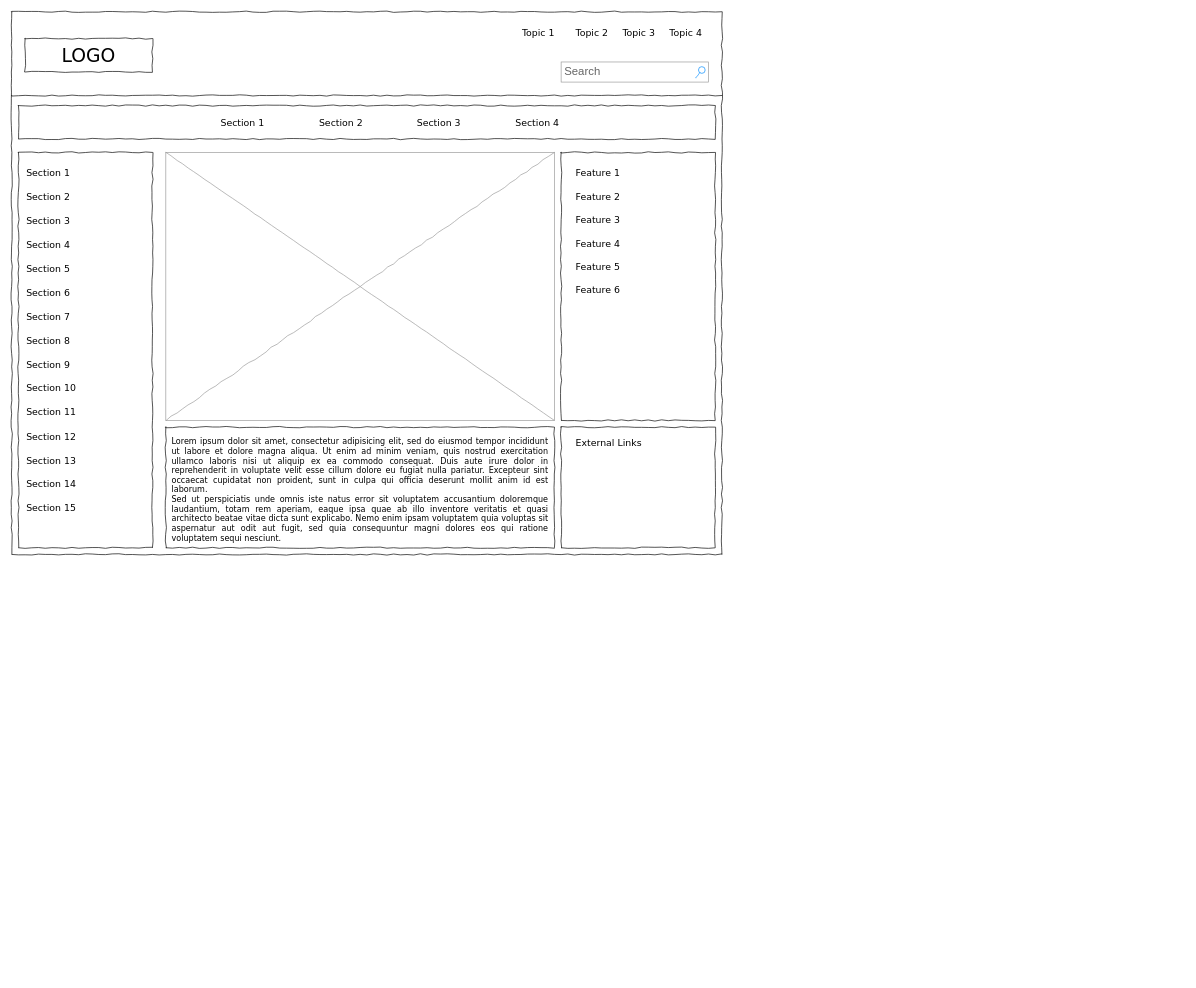
Above: page "Edit" (1 of 2) of TrainHours.drawio in Gichinsan/ttreasurysvkg (draw.io), before the change. Source tidied: cells renumbered, new cells numbered last; positions are measured from the earlier drawing's top-left corner, leaving out a move shared by most shapes. Both pictures are drawn from the tidied source at 67%, with x=0, y=0 at pixel (11, 11).
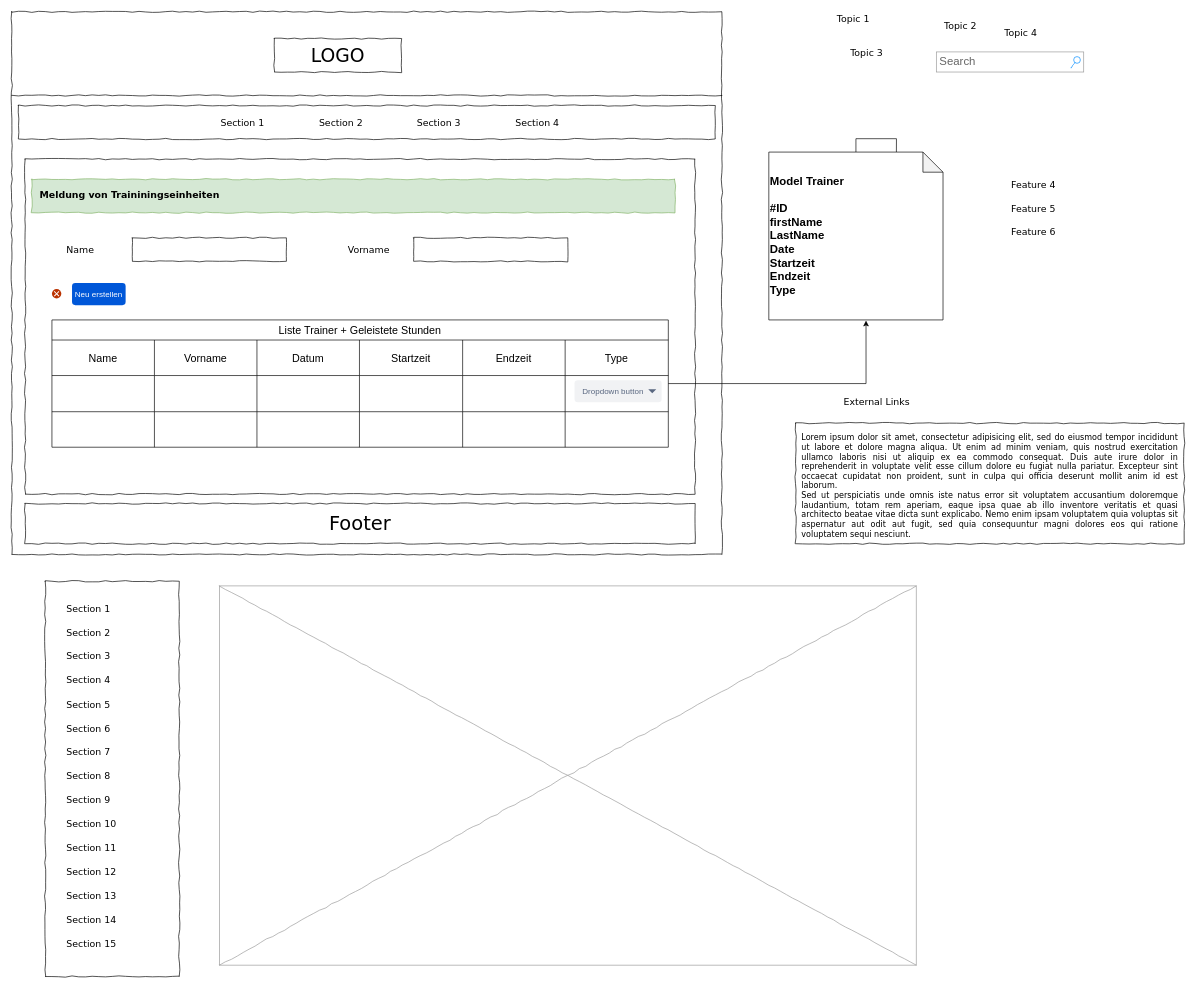
Above is the later version.

What changed in the source:
```diff
@@
     <mxCell id="3" value="LOGO" style="whiteSpace=wrap;html=1;rounded=0;shadow=0;labelBackgroundColor=none;strokeWidth=1;fontFamily=Verdana;fontSize=28;align=center;comic=1;" parent="1" vertex="1">
-      <mxGeometry x="20" y="40" width="190" height="50" as="geometry" />
+      <mxGeometry x="392" y="40" width="190" height="50" as="geometry" />
     </mxCell>
     <mxCell id="4" value="Search" style="strokeWidth=1;shadow=0;dashed=0;align=center;html=1;shape=mxgraph.mockup.forms.searchBox;strokeColor=#999999;mainText=;strokeColor2=#008cff;fontColor=#666666;fontSize=17;align=left;spacingLeft=3;rounded=0;labelBackgroundColor=none;comic=1;" parent="1" vertex="1">
-      <mxGeometry x="820" y="75" width="220" height="30" as="geometry" />
+      <mxGeometry x="1380" y="60" width="220" height="30" as="geometry" />
     </mxCell>
     <mxCell id="5" value="Topic 1" style="text;html=1;align=left;verticalAlign=top;spacingTop=-4;fontSize=14;fontFamily=Verdana;" parent="1" vertex="1">
-      <mxGeometry x="760" y="20" width="60" height="20" as="geometry" />
+      <mxGeometry x="1230" width="60" height="20" as="geometry" />
     </mxCell>
     <mxCell id="6" value="Topic 2" style="text;html=1;align=left;verticalAlign=top;spacingTop=-4;fontSize=14;fontFamily=Verdana;" parent="1" vertex="1">
-      <mxGeometry x="840" y="20" width="60" height="20" as="geometry" />
+      <mxGeometry x="1390" y="10" width="60" height="20" as="geometry" />
     </mxCell>
     <mxCell id="7" value="Topic 3" style="text;html=1;align=left;verticalAlign=top;spacingTop=-4;fontSize=14;fontFamily=Verdana;" parent="1" vertex="1">
-      <mxGeometry x="910" y="20" width="60" height="20" as="geometry" />
+      <mxGeometry x="1250" y="50" width="60" height="20" as="geometry" />
     </mxCell>
     <mxCell id="8" value="Topic 4" style="text;html=1;align=left;verticalAlign=top;spacingTop=-4;fontSize=14;fontFamily=Verdana;" parent="1" vertex="1">
-      <mxGeometry x="980" y="20" width="60" height="20" as="geometry" />
+      <mxGeometry x="1480" y="20" width="60" height="20" as="geometry" />
     </mxCell>
     <mxCell id="9" style="whiteSpace=wrap;html=1;rounded=0;shadow=0;labelBackgroundColor=none;strokeWidth=1;fillColor=none;fontFamily=Verdana;fontSize=12;align=center;comic=1;" parent="1" vertex="1">
-      <mxGeometry x="10" y="210" width="200" height="590" as="geometry" />
+      <mxGeometry x="50" y="850" width="200" height="590" as="geometry" />
     </mxCell>
@@
     <mxCell id="16" value="&lt;div style=&quot;text-align: justify&quot;&gt;&lt;span&gt;Lorem ipsum dolor sit amet, consectetur adipisicing elit, sed do eiusmod tempor incididunt ut labore et dolore magna aliqua. Ut enim ad minim veniam, quis nostrud exercitation ullamco laboris nisi ut aliquip ex ea commodo consequat. Duis aute irure dolor in reprehenderit in voluptate velit esse cillum dolore eu fugiat nulla pariatur. Excepteur sint occaecat cupidatat non proident, sunt in culpa qui officia deserunt mollit anim id est laborum.&lt;/span&gt;&lt;/div&gt;&lt;div style=&quot;text-align: justify&quot;&gt;&lt;span&gt;Sed ut perspiciatis unde omnis iste natus error sit voluptatem accusantium doloremque laudantium, totam rem aperiam, eaque ipsa quae ab illo inventore veritatis et quasi architecto beatae vitae dicta sunt explicabo. Nemo enim ipsam voluptatem quia voluptas sit aspernatur aut odit aut fugit, sed quia consequuntur magni dolores eos qui ratione voluptatem sequi nesciunt.&amp;nbsp;&lt;/span&gt;&lt;/div&gt;" style="whiteSpace=wrap;html=1;rounded=0;shadow=0;labelBackgroundColor=none;strokeWidth=1;fillColor=none;fontFamily=Verdana;fontSize=12;align=center;verticalAlign=top;spacing=10;comic=1;" parent="1" vertex="1">
-      <mxGeometry x="230" y="620" width="580" height="180" as="geometry" />
+      <mxGeometry x="1170" y="614" width="580" height="180" as="geometry" />
     </mxCell>
     <mxCell id="17" style="verticalLabelPosition=bottom;shadow=0;dashed=0;align=center;html=1;verticalAlign=top;strokeWidth=1;shape=mxgraph.mockup.graphics.simpleIcon;strokeColor=#999999;rounded=0;labelBackgroundColor=none;fontFamily=Verdana;fontSize=14;fontColor=#000000;comic=1;" parent="1" vertex="1">
-      <mxGeometry x="230" y="210" width="580" height="400" as="geometry" />
+      <mxGeometry x="310" y="857" width="1040" height="566" as="geometry" />
     </mxCell>
+    <mxCell id="19" style="whiteSpace=wrap;html=1;rounded=0;shadow=0;labelBackgroundColor=none;strokeWidth=1;fillColor=none;fontFamily=Verdana;fontSize=12;align=center;comic=1;" parent="1" vertex="1">
+      <mxGeometry x="20" y="220" width="1000" height="500" as="geometry" />
+    </mxCell>
     <mxCell id="18" style="whiteSpace=wrap;html=1;rounded=0;shadow=0;labelBackgroundColor=none;strokeWidth=1;fillColor=none;fontFamily=Verdana;fontSize=12;align=center;comic=1;" parent="1" vertex="1">
-      <mxGeometry x="820" y="210" width="230" height="400" as="geometry" />
+      <mxGeometry x="180" y="337.5" width="230" height="35" as="geometry" />
     </mxCell>
-    <mxCell id="19" style="whiteSpace=wrap;html=1;rounded=0;shadow=0;labelBackgroundColor=none;strokeWidth=1;fillColor=none;fontFamily=Verdana;fontSize=12;align=center;comic=1;" parent="1" vertex="1">
-      <mxGeometry x="820" y="620" width="230" height="180" as="geometry" />
-    </mxCell>
     <mxCell id="20" value="Section 1" style="text;html=1;align=left;verticalAlign=top;spacingTop=-4;fontSize=14;fontFamily=Verdana;" parent="1" vertex="1">
-      <mxGeometry x="20" y="230" width="170" height="20" as="geometry" />
+      <mxGeometry x="80" y="880" width="170" height="20" as="geometry" />
     </mxCell>
     <mxCell id="21" value="Section 2" style="text;html=1;align=left;verticalAlign=top;spacingTop=-4;fontSize=14;fontFamily=Verdana;" parent="1" vertex="1">
-      <mxGeometry x="20" y="266" width="170" height="20" as="geometry" />
+      <mxGeometry x="80" y="916" width="170" height="20" as="geometry" />
     </mxCell>
     <mxCell id="22" value="Section 3" style="text;html=1;align=left;verticalAlign=top;spacingTop=-4;fontSize=14;fontFamily=Verdana;" parent="1" vertex="1">
-      <mxGeometry x="20" y="301" width="170" height="20" as="geometry" />
+      <mxGeometry x="80" y="951" width="170" height="20" as="geometry" />
     </mxCell>
     <mxCell id="23" value="Section 4" style="text;html=1;align=left;verticalAlign=top;spacingTop=-4;fontSize=14;fontFamily=Verdana;" parent="1" vertex="1">
-      <mxGeometry x="20" y="337" width="170" height="20" as="geometry" />
+      <mxGeometry x="80" y="987" width="170" height="20" as="geometry" />
     </mxCell>
     <mxCell id="24" value="Section 7" style="text;html=1;align=left;verticalAlign=top;spacingTop=-4;fontSize=14;fontFamily=Verdana;" parent="1" vertex="1">
-      <mxGeometry x="20" y="444" width="170" height="20" as="geometry" />
+      <mxGeometry x="80" y="1094" width="170" height="20" as="geometry" />
     </mxCell>
     <mxCell id="25" value="Section 8" style="text;html=1;align=left;verticalAlign=top;spacingTop=-4;fontSize=14;fontFamily=Verdana;" parent="1" vertex="1">
-      <mxGeometry x="20" y="480" width="170" height="20" as="geometry" />
+      <mxGeometry x="80" y="1130" width="170" height="20" as="geometry" />
     </mxCell>
     <mxCell id="26" value="Section 9" style="text;html=1;align=left;verticalAlign=top;spacingTop=-4;fontSize=14;fontFamily=Verdana;" parent="1" vertex="1">
-      <mxGeometry x="20" y="516" width="170" height="20" as="geometry" />
+      <mxGeometry x="80" y="1166" width="170" height="20" as="geometry" />
     </mxCell>
     <mxCell id="27" value="Section 10" style="text;html=1;align=left;verticalAlign=top;spacingTop=-4;fontSize=14;fontFamily=Verdana;" parent="1" vertex="1">
-      <mxGeometry x="20" y="551" width="170" height="20" as="geometry" />
+      <mxGeometry x="80" y="1201" width="170" height="20" as="geometry" />
     </mxCell>
     <mxCell id="28" value="Section 11" style="text;html=1;align=left;verticalAlign=top;spacingTop=-4;fontSize=14;fontFamily=Verdana;" parent="1" vertex="1">
-      <mxGeometry x="20" y="587" width="170" height="20" as="geometry" />
+      <mxGeometry x="80" y="1237" width="170" height="20" as="geometry" />
     </mxCell>
     <mxCell id="29" value="Section 12" style="text;html=1;align=left;verticalAlign=top;spacingTop=-4;fontSize=14;fontFamily=Verdana;" parent="1" vertex="1">
-      <mxGeometry x="20" y="623" width="170" height="20" as="geometry" />
+      <mxGeometry x="80" y="1273" width="170" height="20" as="geometry" />
     </mxCell>
     <mxCell id="30" value="Section 13" style="text;html=1;align=left;verticalAlign=top;spacingTop=-4;fontSize=14;fontFamily=Verdana;" parent="1" vertex="1">
-      <mxGeometry x="20" y="659" width="170" height="20" as="geometry" />
+      <mxGeometry x="80" y="1309" width="170" height="20" as="geometry" />
     </mxCell>
     <mxCell id="31" value="Section 14" style="text;html=1;align=left;verticalAlign=top;spacingTop=-4;fontSize=14;fontFamily=Verdana;" parent="1" vertex="1">
-      <mxGeometry x="20" y="694" width="170" height="20" as="geometry" />
+      <mxGeometry x="80" y="1344" width="170" height="20" as="geometry" />
     </mxCell>
     <mxCell id="32" value="Section 5" style="text;html=1;align=left;verticalAlign=top;spacingTop=-4;fontSize=14;fontFamily=Verdana;" parent="1" vertex="1">
-      <mxGeometry x="20" y="373" width="170" height="20" as="geometry" />
+      <mxGeometry x="80" y="1023" width="170" height="20" as="geometry" />
     </mxCell>
     <mxCell id="33" value="Section 6" style="text;html=1;align=left;verticalAlign=top;spacingTop=-4;fontSize=14;fontFamily=Verdana;" parent="1" vertex="1">
-      <mxGeometry x="20" y="409" width="170" height="20" as="geometry" />
+      <mxGeometry x="80" y="1059" width="170" height="20" as="geometry" />
     </mxCell>
     <mxCell id="34" value="Section 15" style="text;html=1;align=left;verticalAlign=top;spacingTop=-4;fontSize=14;fontFamily=Verdana;" parent="1" vertex="1">
-      <mxGeometry x="20" y="730" width="170" height="20" as="geometry" />
+      <mxGeometry x="80" y="1380" width="170" height="20" as="geometry" />
     </mxCell>
     <mxCell id="35" value="External Links" style="text;html=1;align=left;verticalAlign=top;spacingTop=-4;fontSize=14;fontFamily=Verdana;" parent="1" vertex="1">
-      <mxGeometry x="840" y="633" width="170" height="20" as="geometry" />
+      <mxGeometry x="1240" y="571" width="170" height="20" as="geometry" />
     </mxCell>
+    <mxCell id="37" value="Name" style="text;html=1;align=left;verticalAlign=top;spacingTop=-4;fontSize=14;fontFamily=Verdana;" parent="1" vertex="1">
+      <mxGeometry x="80" y="345" width="170" height="20" as="geometry" />
+    </mxCell>
+    <mxCell id="42" style="whiteSpace=wrap;html=1;rounded=0;shadow=0;labelBackgroundColor=none;strokeWidth=1;fillColor=#d5e8d4;fontFamily=Verdana;fontSize=12;align=center;comic=1;strokeColor=#82b366;" parent="1" vertex="1">
+      <mxGeometry x="30" y="250" width="960" height="50" as="geometry" />
+    </mxCell>
-    <mxCell id="36" value="Feature 1" style="text;html=1;align=left;verticalAlign=top;spacingTop=-4;fontSize=14;fontFamily=Verdana;" parent="1" vertex="1">
-      <mxGeometry x="840" y="230" width="170" height="20" as="geometry" />
+    <mxCell id="36" value="&lt;b&gt;Meldung von Traininingseinheiten&lt;/b&gt;" style="text;html=1;align=left;verticalAlign=top;spacingTop=-4;fontSize=14;fontFamily=Verdana;" parent="1" vertex="1">
+      <mxGeometry x="40" y="262.5" width="290" height="20" as="geometry" />
     </mxCell>
-    <mxCell id="37" value="Feature 2" style="text;html=1;align=left;verticalAlign=top;spacingTop=-4;fontSize=14;fontFamily=Verdana;" parent="1" vertex="1">
-      <mxGeometry x="840" y="265" width="170" height="20" as="geometry" />
-    </mxCell>
-    <mxCell id="38" value="Feature 3" style="text;html=1;align=left;verticalAlign=top;spacingTop=-4;fontSize=14;fontFamily=Verdana;" parent="1" vertex="1">
-      <mxGeometry x="840" y="300" width="170" height="20" as="geometry" />
+    <mxCell id="38" value="Vorname" style="text;html=1;align=left;verticalAlign=top;spacingTop=-4;fontSize=14;fontFamily=Verdana;" parent="1" vertex="1">
+      <mxGeometry x="500" y="345" width="170" height="20" as="geometry" />
     </mxCell>
     <mxCell id="39" value="Feature 4" style="text;html=1;align=left;verticalAlign=top;spacingTop=-4;fontSize=14;fontFamily=Verdana;" parent="1" vertex="1">
-      <mxGeometry x="840" y="335" width="170" height="20" as="geometry" />
+      <mxGeometry x="1490" y="247.5" width="170" height="20" as="geometry" />
     </mxCell>
     <mxCell id="40" value="Feature 5" style="text;html=1;align=left;verticalAlign=top;spacingTop=-4;fontSize=14;fontFamily=Verdana;" parent="1" vertex="1">
-      <mxGeometry x="840" y="370" width="170" height="20" as="geometry" />
+      <mxGeometry x="1490" y="282.5" width="170" height="20" as="geometry" />
     </mxCell>
     <mxCell id="41" value="Feature 6" style="text;html=1;align=left;verticalAlign=top;spacingTop=-4;fontSize=14;fontFamily=Verdana;" parent="1" vertex="1">
-      <mxGeometry x="840" y="405" width="170" height="20" as="geometry" />
+      <mxGeometry x="1490" y="317.5" width="170" height="20" as="geometry" />
     </mxCell>
+    <mxCell id="43" style="whiteSpace=wrap;html=1;rounded=0;shadow=0;labelBackgroundColor=none;strokeWidth=1;fillColor=none;fontFamily=Verdana;fontSize=12;align=center;comic=1;" parent="1" vertex="1">
+      <mxGeometry x="600" y="337.5" width="230" height="35" as="geometry" />
+    </mxCell>
+    <mxCell id="44" value="Neu erstellen" style="rounded=1;fillColor=#0057D8;align=center;strokeColor=none;html=1;whiteSpace=wrap;fontColor=#ffffff;fontSize=12;sketch=0;" parent="1" vertex="1">
+      <mxGeometry x="90" y="405" width="80" height="33" as="geometry" />
+    </mxCell>
+    <mxCell id="45" style="html=1;shadow=0;dashed=0;shape=mxgraph.atlassian.close;fillColor=#BA3200;strokeColor=none;html=1;sketch=0;" parent="1" vertex="1">
+      <mxGeometry x="60" y="414" width="14" height="14" as="geometry" />
+    </mxCell>
+    <mxCell id="46" value="Liste Trainer + Geleistete Stunden" style="shape=table;startSize=30;childLayout=tableLayout;strokeColor=default;fontSize=16;" parent="1" vertex="1">
+      <mxGeometry x="60" y="460" width="920" height="190" as="geometry" />
+    </mxCell>
+    <mxCell id="47" style="shape=tableRow;horizontal=0;startSize=0;swimlaneHead=0;swimlaneBody=0;strokeColor=inherit;top=0;left=0;bottom=0;right=0;fillColor=none;fontSize=16;" parent="46" vertex="1">
+      <mxGeometry y="30" width="920" height="53" as="geometry" />
+    </mxCell>
+    <mxCell id="48" value="Name" style="shape=partialRectangle;html=1;whiteSpace=wrap;strokeColor=inherit;overflow=hidden;fillColor=none;top=0;left=0;bottom=0;right=0;fontSize=16;" parent="47" vertex="1">
+      <mxGeometry width="153" height="53" as="geometry" />
+    </mxCell>
+    <mxCell id="49" value="Vorname" style="shape=partialRectangle;html=1;whiteSpace=wrap;strokeColor=inherit;overflow=hidden;fillColor=none;top=0;left=0;bottom=0;right=0;fontSize=16;" parent="47" vertex="1">
+      <mxGeometry x="153" width="153" height="53" as="geometry" />
+    </mxCell>
+    <mxCell id="50" value="Datum" style="shape=partialRectangle;html=1;whiteSpace=wrap;strokeColor=inherit;overflow=hidden;fillColor=none;top=0;left=0;bottom=0;right=0;fontSize=16;" parent="47" vertex="1">
+      <mxGeometry x="306" width="153" height="53" as="geometry" />
+    </mxCell>
+    <mxCell id="51" value="Startzeit" style="shape=partialRectangle;html=1;whiteSpace=wrap;strokeColor=inherit;overflow=hidden;fillColor=none;top=0;left=0;bottom=0;right=0;fontSize=16;" parent="47" vertex="1">
+      <mxGeometry x="459" width="154" height="53" as="geometry" />
+    </mxCell>
+    <mxCell id="52" value="Endzeit" style="shape=partialRectangle;html=1;whiteSpace=wrap;strokeColor=inherit;overflow=hidden;fillColor=none;top=0;left=0;bottom=0;right=0;fontSize=16;" parent="47" vertex="1">
+      <mxGeometry x="613" width="153" height="53" as="geometry" />
+    </mxCell>
+    <mxCell id="53" value="Type" style="shape=partialRectangle;html=1;whiteSpace=wrap;strokeColor=inherit;overflow=hidden;fillColor=none;top=0;left=0;bottom=0;right=0;fontSize=16;" parent="47" vertex="1">
+      <mxGeometry x="766" width="154" height="53" as="geometry" />
+    </mxCell>
+    <mxCell id="54" style="shape=tableRow;horizontal=0;startSize=0;swimlaneHead=0;swimlaneBody=0;strokeColor=inherit;top=0;left=0;bottom=0;right=0;fillColor=none;fontSize=16;" parent="46" vertex="1">
+      <mxGeometry y="83" width="920" height="54" as="geometry" />
+    </mxCell>
+    <mxCell id="55" style="shape=partialRectangle;html=1;whiteSpace=wrap;strokeColor=inherit;overflow=hidden;fillColor=none;top=0;left=0;bottom=0;right=0;fontSize=16;" parent="54" vertex="1">
+      <mxGeometry width="153" height="54" as="geometry" />
+    </mxCell>
+    <mxCell id="56" style="shape=partialRectangle;html=1;whiteSpace=wrap;strokeColor=inherit;overflow=hidden;fillColor=none;top=0;left=0;bottom=0;right=0;fontSize=16;" parent="54" vertex="1">
+      <mxGeometry x="153" width="153" height="54" as="geometry" />
+    </mxCell>
+    <mxCell id="57" style="shape=partialRectangle;html=1;whiteSpace=wrap;strokeColor=inherit;overflow=hidden;fillColor=none;top=0;left=0;bottom=0;right=0;fontSize=16;" parent="54" vertex="1">
+      <mxGeometry x="306" width="153" height="54" as="geometry" />
+    </mxCell>
+    <mxCell id="58" style="shape=partialRectangle;html=1;whiteSpace=wrap;strokeColor=inherit;overflow=hidden;fillColor=none;top=0;left=0;bottom=0;right=0;fontSize=16;" parent="54" vertex="1">
+      <mxGeometry x="459" width="154" height="54" as="geometry" />
+    </mxCell>
+    <mxCell id="59" style="shape=partialRectangle;html=1;whiteSpace=wrap;strokeColor=inherit;overflow=hidden;fillColor=none;top=0;left=0;bottom=0;right=0;fontSize=16;" parent="54" vertex="1">
+      <mxGeometry x="613" width="153" height="54" as="geometry" />
+    </mxCell>
+    <mxCell id="60" style="shape=partialRectangle;html=1;whiteSpace=wrap;strokeColor=inherit;overflow=hidden;fillColor=none;top=0;left=0;bottom=0;right=0;fontSize=16;" parent="54" vertex="1">
+      <mxGeometry x="766" width="154" height="54" as="geometry" />
+    </mxCell>
+    <mxCell id="61" style="shape=tableRow;horizontal=0;startSize=0;swimlaneHead=0;swimlaneBody=0;strokeColor=inherit;top=0;left=0;bottom=0;right=0;fillColor=none;fontSize=16;" parent="46" vertex="1">
+      <mxGeometry y="137" width="920" height="53" as="geometry" />
+    </mxCell>
+    <mxCell id="62" style="shape=partialRectangle;html=1;whiteSpace=wrap;strokeColor=inherit;overflow=hidden;fillColor=none;top=0;left=0;bottom=0;right=0;fontSize=16;" parent="61" vertex="1">
+      <mxGeometry width="153" height="53" as="geometry" />
+    </mxCell>
+    <mxCell id="63" style="shape=partialRectangle;html=1;whiteSpace=wrap;strokeColor=inherit;overflow=hidden;fillColor=none;top=0;left=0;bottom=0;right=0;fontSize=16;" parent="61" vertex="1">
+      <mxGeometry x="153" width="153" height="53" as="geometry" />
+    </mxCell>
+    <mxCell id="64" style="shape=partialRectangle;html=1;whiteSpace=wrap;strokeColor=inherit;overflow=hidden;fillColor=none;top=0;left=0;bottom=0;right=0;fontSize=16;" parent="61" vertex="1">
+      <mxGeometry x="306" width="153" height="53" as="geometry" />
+    </mxCell>
+    <mxCell id="65" style="shape=partialRectangle;html=1;whiteSpace=wrap;strokeColor=inherit;overflow=hidden;fillColor=none;top=0;left=0;bottom=0;right=0;fontSize=16;" parent="61" vertex="1">
+      <mxGeometry x="459" width="154" height="53" as="geometry" />
+    </mxCell>
+    <mxCell id="66" style="shape=partialRectangle;html=1;whiteSpace=wrap;strokeColor=inherit;overflow=hidden;fillColor=none;top=0;left=0;bottom=0;right=0;fontSize=16;" parent="61" vertex="1">
+      <mxGeometry x="613" width="153" height="53" as="geometry" />
+    </mxCell>
+    <mxCell id="67" style="shape=partialRectangle;html=1;whiteSpace=wrap;strokeColor=inherit;overflow=hidden;fillColor=none;top=0;left=0;bottom=0;right=0;fontSize=16;" parent="61" vertex="1">
+      <mxGeometry x="766" width="154" height="53" as="geometry" />
+    </mxCell>
+    <mxCell id="68" value="&lt;font style=&quot;font-size: 29px;&quot;&gt;Footer&lt;/font&gt;" style="whiteSpace=wrap;html=1;rounded=0;shadow=0;labelBackgroundColor=none;strokeWidth=1;fillColor=none;fontFamily=Verdana;fontSize=12;align=center;comic=1;" parent="1" vertex="1">
+      <mxGeometry x="20" y="734" width="1000" height="60" as="geometry" />
+    </mxCell>
+    <mxCell id="69" value="Dropdown button" style="rounded=1;fillColor=#F1F2F4;strokeColor=none;html=1;whiteSpace=wrap;fontColor=#596780;align=left;fontSize=12;spacingLeft=10;sketch=0;" parent="1" vertex="1">
+      <mxGeometry x="840" y="550" width="130" height="33" as="geometry" />
+    </mxCell>
+    <mxCell id="70" style="shape=triangle;direction=south;fillColor=#596780;strokeColor=none;html=1;sketch=0;" parent="69" vertex="1">
+      <mxGeometry x="1" y="0.5" width="12" height="6" relative="1" as="geometry">
+        <mxPoint x="-20" y="-3" as="offset" />
+      </mxGeometry>
+    </mxCell>
+    <mxCell id="71" style="edgeStyle=orthogonalEdgeStyle;rounded=0;jettySize=auto;html=1;" parent="1" edge="1" source="72">
+      <mxGeometry relative="1" as="geometry">
+        <mxPoint x="1320" y="292.5" as="targetPoint" />
+      </mxGeometry>
+    </mxCell>
+    <mxCell id="72" value="&lt;b&gt;&lt;font style=&quot;font-size: 17px;&quot;&gt;Model Trainer&lt;/font&gt;&lt;/b&gt;&lt;div&gt;&lt;b&gt;&lt;font style=&quot;font-size: 17px;&quot;&gt;&lt;br&gt;&lt;/font&gt;&lt;/b&gt;&lt;/div&gt;&lt;div&gt;&lt;b&gt;&lt;font style=&quot;font-size: 17px;&quot;&gt;#ID&lt;/font&gt;&lt;/b&gt;&lt;/div&gt;&lt;div&gt;&lt;b&gt;&lt;font style=&quot;font-size: 17px;&quot;&gt;firstName&lt;/font&gt;&lt;/b&gt;&lt;/div&gt;&lt;div&gt;&lt;b&gt;&lt;font style=&quot;font-size: 17px;&quot;&gt;LastName&lt;/font&gt;&lt;/b&gt;&lt;/div&gt;&lt;div&gt;&lt;span style=&quot;font-size: 17px;&quot;&gt;&lt;b&gt;Date&lt;/b&gt;&lt;/span&gt;&lt;/div&gt;&lt;div&gt;&lt;span style=&quot;font-size: 17px;&quot;&gt;&lt;b&gt;Startzeit&lt;/b&gt;&lt;/span&gt;&lt;/div&gt;&lt;div&gt;&lt;span style=&quot;font-size: 17px;&quot;&gt;&lt;b&gt;Endzeit&lt;/b&gt;&lt;/span&gt;&lt;/div&gt;&lt;div&gt;&lt;span style=&quot;font-size: 17px;&quot;&gt;&lt;b&gt;Type&lt;/b&gt;&lt;/span&gt;&lt;/div&gt;" style="shape=note;whiteSpace=wrap;html=1;backgroundOutline=1;darkOpacity=0.05;align=left;" parent="1" vertex="1">
+      <mxGeometry x="1130" y="209.5" width="260" height="250.5" as="geometry" />
+    </mxCell>
+    <mxCell id="73" style="edgeStyle=orthogonalEdgeStyle;rounded=0;jettySize=auto;html=1;entryX=0.558;entryY=1.004;entryDx=0;entryDy=0;entryPerimeter=0;" parent="1" edge="1" source="46" target="72">
+      <mxGeometry relative="1" as="geometry" />
+    </mxCell>
```
